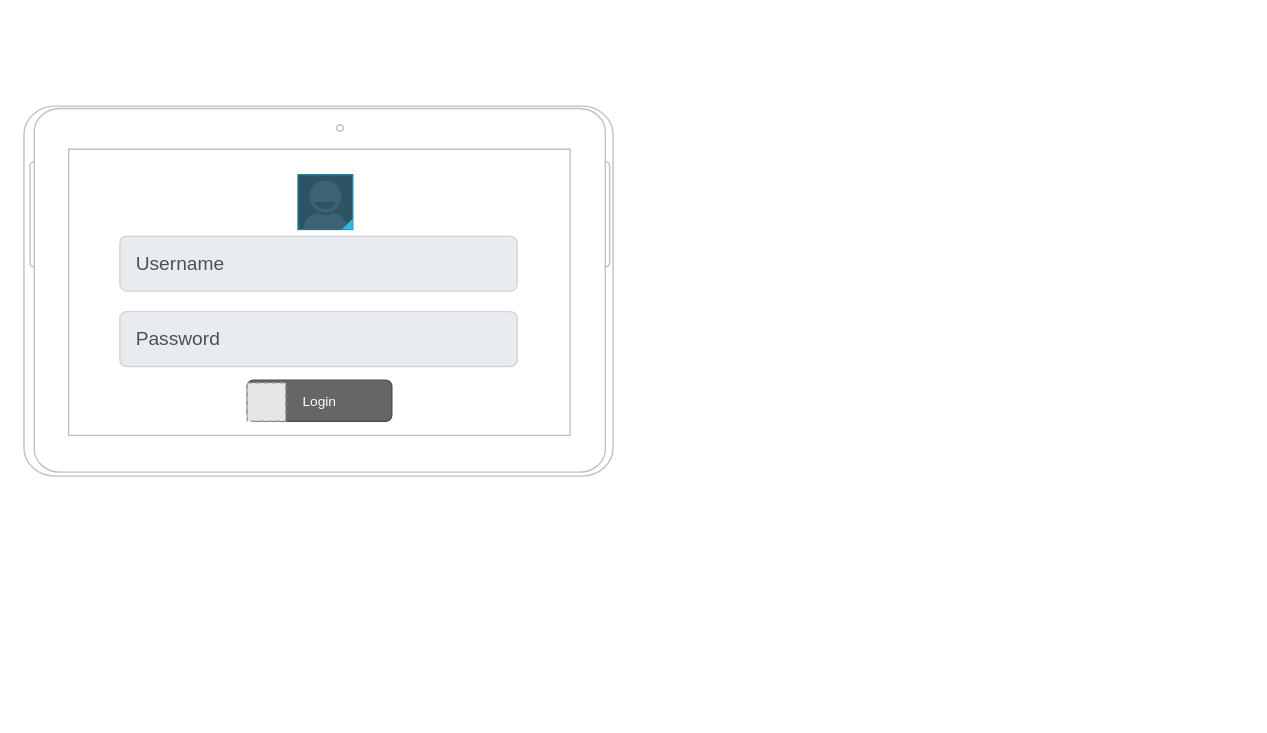
The draw.io diagram wireframe_explaination/Admin screen .drawio in duongminhthanh/app_system_management_visitor_for_old_aparment, before the edit. Source tidied: cells renumbered, new cells numbered last; positions are measured from the earlier drawing's top-left corner, leaving out a move shared by most shapes. Both pictures are drawn from the tidied source at 137%, with x=0, y=0 at pixel (23, 105). Pictures stored in the file or linked from it are replaced by grey dashed boxes.
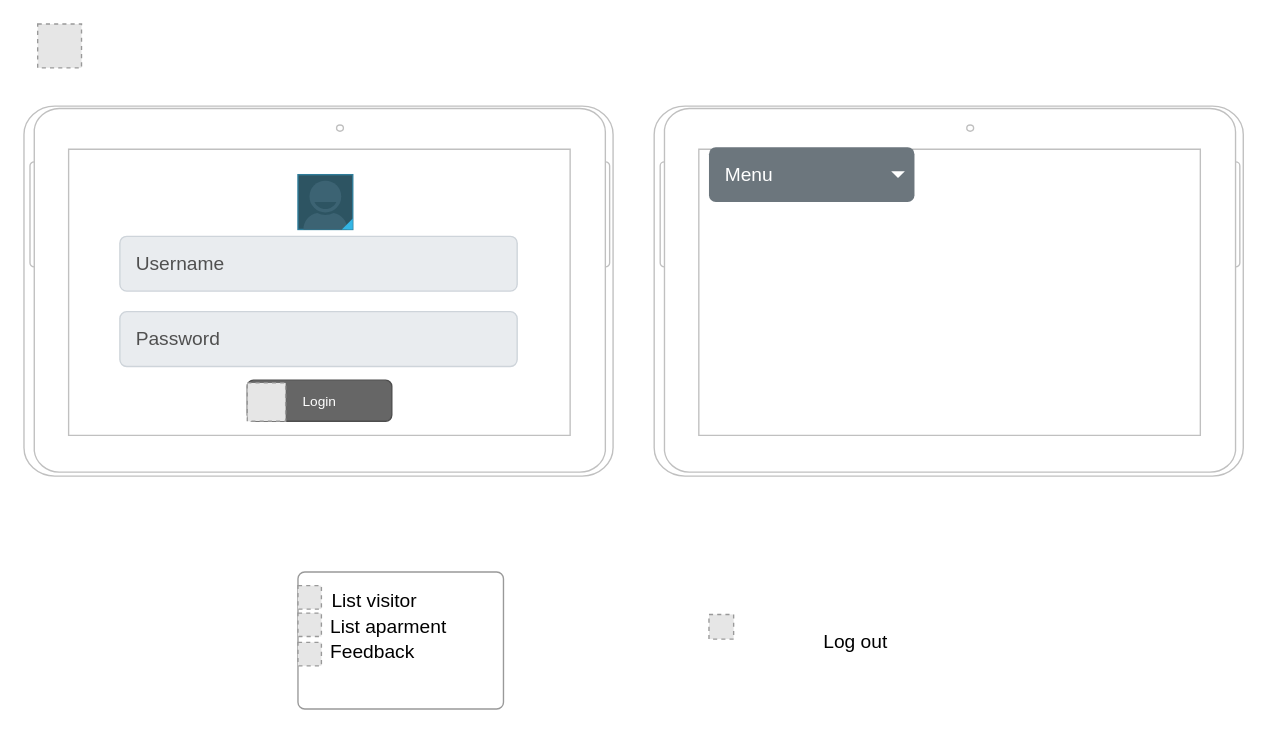
Above is the later version.

Diff of the diagram source:
```diff
@@
+    <mxCell id="8" style="verticalLabelPosition=bottom;verticalAlign=top;html=1;shadow=0;dashed=0;strokeWidth=1;shape=mxgraph.android.tab2;strokeColor=#c0c0c0;direction=north;" parent="1" vertex="1">
+      <mxGeometry x="460" width="430" height="270" as="geometry" />
+    </mxCell>
+    <mxCell id="9" value="Menu" style="html=1;shadow=0;dashed=0;shape=mxgraph.bootstrap.rrect;rSize=5;strokeColor=none;strokeWidth=1;fillColor=#6C767D;fontColor=#ffffff;whiteSpace=wrap;align=left;verticalAlign=middle;fontStyle=0;fontSize=14;spacingLeft=10;" parent="1" vertex="1">
+      <mxGeometry x="500" y="30" width="150" height="40" as="geometry" />
+    </mxCell>
+    <mxCell id="10" style="shape=triangle;direction=south;fillColor=#ffffff;strokeColor=none;perimeter=none;" parent="9" vertex="1">
+      <mxGeometry x="1" y="0.5" width="10" height="5" relative="1" as="geometry">
+        <mxPoint x="-17" y="-2.5" as="offset" />
+      </mxGeometry>
+    </mxCell>
+    <mxCell id="11" style="html=1;shadow=0;dashed=0;shape=mxgraph.bootstrap.rrect;rSize=5;fillColor=#ffffff;strokeColor=#999999;" parent="1" vertex="1">
+      <mxGeometry x="200" y="340" width="150" height="100" as="geometry" />
+    </mxCell>
+    <mxCell id="12" value=" List visitor" style="fillColor=none;strokeColor=none;align=left;spacing=20;fontSize=14;" parent="11" vertex="1">
+      <mxGeometry width="150" height="20" relative="1" as="geometry">
+        <mxPoint x="1" y="10" as="offset" />
+      </mxGeometry>
+    </mxCell>
+    <mxCell id="13" value=" List aparment" style="fillColor=none;strokeColor=none;align=left;spacing=20;fontSize=14;" parent="11" vertex="1">
+      <mxGeometry width="150" height="20" relative="1" as="geometry">
+        <mxPoint y="29" as="offset" />
+      </mxGeometry>
+    </mxCell>
+    <mxCell id="14" value=" Log out" style="fillColor=none;strokeColor=none;align=left;spacing=20;fontSize=14;" parent="11" vertex="1">
+      <mxGeometry width="150" height="20" relative="1" as="geometry">
+        <mxPoint x="360" y="40" as="offset" />
+      </mxGeometry>
+    </mxCell>
+    <mxCell id="15" style="fillColor=#E6E6E6;strokeColor=#999999;dashed=1;html=1;verticalAlign=top;verticalLabelPosition=bottom;labelBackgroundColor=#ffffff;" parent="11" vertex="1">
+      <mxGeometry y="10" width="17.1" height="17.1" as="geometry" />
+    </mxCell>
+    <mxCell id="16" value=" Feedback" style="fillColor=none;strokeColor=none;align=left;spacing=20;fontSize=14;" parent="11" vertex="1">
+      <mxGeometry width="150" height="20" relative="1" as="geometry">
+        <mxPoint y="47" as="offset" />
+      </mxGeometry>
+    </mxCell>
+    <mxCell id="17" style="fillColor=#E6E6E6;strokeColor=#999999;dashed=1;html=1;verticalAlign=top;verticalLabelPosition=bottom;labelBackgroundColor=#ffffff;" parent="11" vertex="1">
+      <mxGeometry y="30" width="17.1" height="17.1" as="geometry" />
+    </mxCell>
+    <mxCell id="18" style="fillColor=#E6E6E6;strokeColor=#999999;dashed=1;html=1;verticalAlign=top;verticalLabelPosition=bottom;labelBackgroundColor=#ffffff;" parent="11" vertex="1">
+      <mxGeometry y="51.4" width="17.1" height="17.1" as="geometry" />
+    </mxCell>
+    <mxCell id="19" style="fillColor=#E6E6E6;strokeColor=#999999;dashed=1;html=1;verticalAlign=top;verticalLabelPosition=bottom;labelBackgroundColor=#ffffff;" parent="1" vertex="1">
+      <mxGeometry x="500" y="371" width="18" height="18" as="geometry" />
+    </mxCell>
+    <mxCell id="20" style="fillColor=#E6E6E6;strokeColor=#999999;dashed=1;verticalLabelPosition=bottom;labelBackgroundColor=default;verticalAlign=top;" parent="1" vertex="1">
+      <mxGeometry x="10" y="-60" width="32" height="32" as="geometry" />
+    </mxCell>
```
